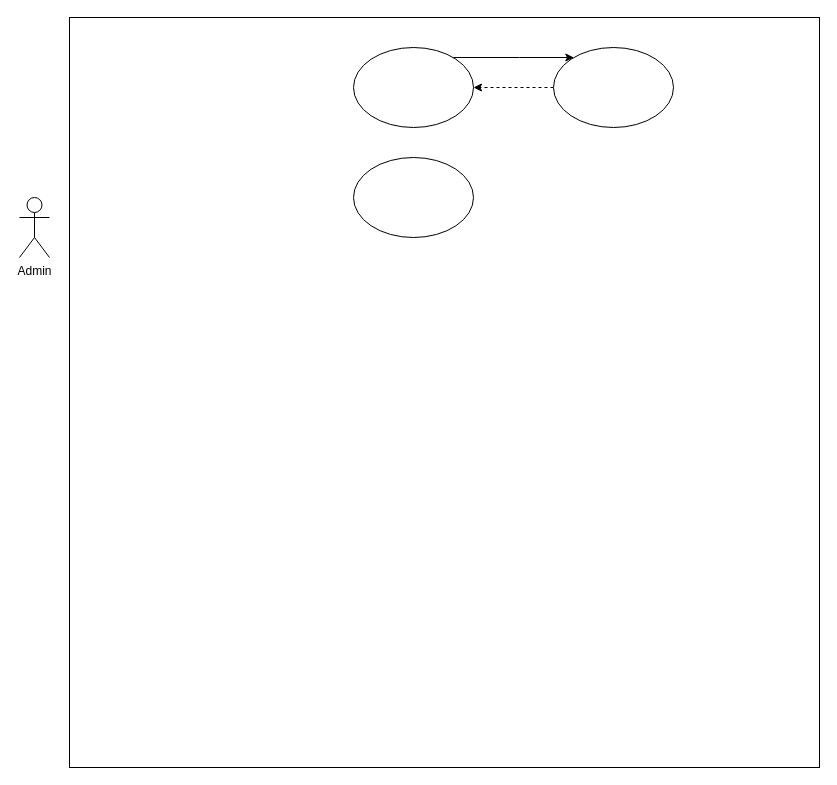
Above: Conceptions/UML/UseCase.drawio in JAMALEEY/Application-de-gestion-d-cole-BETA (draw.io), before the change. Source tidied: cells renumbered, new cells numbered last; positions are measured from the earlier drawing's top-left corner, leaving out a move shared by most shapes. Both pictures are drawn from the tidied source at 100%, with x=0, y=0 at pixel (19, 17).
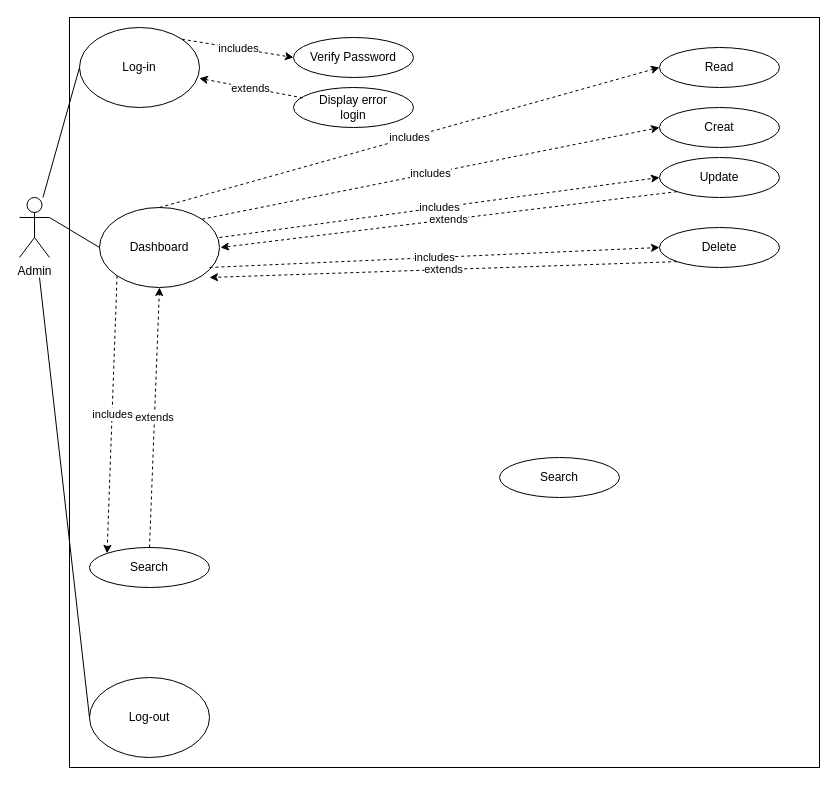
After the change.

Commit message:
UseCase UML

Unchanged cells that the change refers to:
```xml
<mxCell id="2" value="Admin" style="shape=umlActor;verticalLabelPosition=bottom;verticalAlign=top;html=1;outlineConnect=0;" parent="1" vertex="1">
  <mxGeometry y="180" width="30" height="60" as="geometry" />
</mxCell>
```

Diff of the diagram source:
```diff
@@
-    <mxCell id="4" style="ellipse;whiteSpace=wrap;html=1;" parent="1" vertex="1">
-      <mxGeometry x="334" y="140" width="120" height="80" as="geometry" />
-    </mxCell>
+    <mxCell id="6" value="Log-in" style="ellipse;whiteSpace=wrap;html=1;" parent="1" vertex="1">
+      <mxGeometry x="60" y="10" width="120" height="80" as="geometry" />
+    </mxCell>
+    <mxCell id="8" value="Verify Password" style="ellipse;whiteSpace=wrap;html=1;" parent="1" vertex="1">
+      <mxGeometry x="274" y="20" width="120" height="40" as="geometry" />
+    </mxCell>
+    <mxCell id="9" value="Display error&lt;br&gt;login" style="ellipse;whiteSpace=wrap;html=1;" parent="1" vertex="1">
+      <mxGeometry x="274" y="70" width="120" height="40" as="geometry" />
+    </mxCell>
+    <mxCell id="10" value="extends" style="endArrow=classic;html=1;dashed=1;" parent="1" edge="1">
+      <mxGeometry relative="1" as="geometry">
+        <mxPoint x="283.3" y="80.4" as="sourcePoint" />
+        <mxPoint x="179.8" y="60.8" as="targetPoint" />
+      </mxGeometry>
+    </mxCell>
+    <mxCell id="11" style="endArrow=none;html=1;entryX=0;entryY=0.5;entryDx=0;entryDy=0;" parent="1" edge="1" source="2" target="6">
+      <mxGeometry relative="1" as="geometry" />
+    </mxCell>
+    <mxCell id="12" value="Dashboard" style="ellipse;whiteSpace=wrap;html=1;" parent="1" vertex="1">
+      <mxGeometry x="80" y="190" width="120" height="80" as="geometry" />
+    </mxCell>
+    <mxCell id="13" style="endArrow=none;html=1;entryX=0;entryY=0.5;entryDx=0;entryDy=0;exitX=1;exitY=0.3333333333333333;exitDx=0;exitDy=0;exitPerimeter=0;" parent="1" edge="1" source="2" target="12">
+      <mxGeometry relative="1" as="geometry" />
+    </mxCell>
-    <mxCell id="5" style="edgeStyle=orthogonalEdgeStyle;rounded=0;jettySize=auto;html=1;" parent="1" edge="1" source="6" target="8">
-      <mxGeometry relative="1" as="geometry">
-        <Array as="points">
-          <mxPoint x="500" y="40" />
-          <mxPoint x="500" y="40" />
-        </Array>
-      </mxGeometry>
+    <mxCell id="5" value="includes" style="endArrow=classic;html=1;dashed=1;entryX=0;entryY=0.5;entryDx=0;entryDy=0;exitX=1;exitY=0;exitDx=0;exitDy=0;" parent="1" edge="1" source="6" target="8">
+      <mxGeometry relative="1" as="geometry" />
     </mxCell>
-    <mxCell id="6" style="ellipse;whiteSpace=wrap;html=1;" parent="1" vertex="1">
-      <mxGeometry x="334" y="30" width="120" height="80" as="geometry" />
-    </mxCell>
-    <mxCell id="7" style="edgeStyle=orthogonalEdgeStyle;rounded=0;jettySize=auto;html=1;dashed=1;" parent="1" edge="1" source="8" target="6">
-      <mxGeometry relative="1" as="geometry" />
-    </mxCell>
-    <mxCell id="8" style="ellipse;whiteSpace=wrap;html=1;" parent="1" vertex="1">
-      <mxGeometry x="534" y="30" width="120" height="80" as="geometry" />
-    </mxCell>
+    <mxCell id="14" value="Delete" style="ellipse;whiteSpace=wrap;html=1;" parent="1" vertex="1">
+      <mxGeometry x="640" y="210" width="120" height="40" as="geometry" />
+    </mxCell>
+    <mxCell id="15" value="Log-out" style="ellipse;whiteSpace=wrap;html=1;" parent="1" vertex="1">
+      <mxGeometry x="70" y="660" width="120" height="80" as="geometry" />
+    </mxCell>
+    <mxCell id="16" style="endArrow=none;html=1;entryX=0;entryY=0.5;entryDx=0;entryDy=0;" parent="1" edge="1" target="15">
+      <mxGeometry relative="1" as="geometry">
+        <mxPoint x="20" y="260" as="sourcePoint" />
+      </mxGeometry>
+    </mxCell>
+    <mxCell id="17" value="includes" style="endArrow=classic;html=1;exitX=0.5;exitY=0;exitDx=0;exitDy=0;dashed=1;entryX=0;entryY=0.5;entryDx=0;entryDy=0;" parent="1" edge="1" source="12" target="18">
+      <mxGeometry relative="1" as="geometry" />
+    </mxCell>
+    <mxCell id="18" value="Read" style="ellipse;whiteSpace=wrap;html=1;" parent="1" vertex="1">
+      <mxGeometry x="640" y="30" width="120" height="40" as="geometry" />
+    </mxCell>
+    <mxCell id="19" value="includes" style="endArrow=classic;html=1;dashed=1;entryX=0;entryY=0.5;entryDx=0;entryDy=0;" parent="1" edge="1" target="14">
+      <mxGeometry relative="1" as="geometry">
+        <mxPoint x="190" y="250" as="sourcePoint" />
+      </mxGeometry>
+    </mxCell>
+    <mxCell id="20" value="Creat" style="ellipse;whiteSpace=wrap;html=1;" parent="1" vertex="1">
+      <mxGeometry x="640" y="90" width="120" height="40" as="geometry" />
+    </mxCell>
+    <mxCell id="21" value="includes" style="endArrow=classic;html=1;dashed=1;entryX=0;entryY=0.5;entryDx=0;entryDy=0;exitX=1;exitY=0;exitDx=0;exitDy=0;" parent="1" edge="1" source="12" target="20">
+      <mxGeometry relative="1" as="geometry" />
+    </mxCell>
+    <mxCell id="22" value="extends" style="endArrow=classic;html=1;dashed=1;exitX=0;exitY=1;exitDx=0;exitDy=0;" parent="1" edge="1" source="14">
+      <mxGeometry relative="1" as="geometry">
+        <mxPoint x="190" y="260" as="targetPoint" />
+      </mxGeometry>
+    </mxCell>
+    <mxCell id="23" value="Update" style="ellipse;whiteSpace=wrap;html=1;" parent="1" vertex="1">
+      <mxGeometry x="640" y="140" width="120" height="40" as="geometry" />
+    </mxCell>
+    <mxCell id="24" value="includes" style="endArrow=classic;html=1;dashed=1;" parent="1" edge="1">
+      <mxGeometry relative="1" as="geometry">
+        <mxPoint x="200" y="220" as="sourcePoint" />
+        <mxPoint x="640" y="160" as="targetPoint" />
+      </mxGeometry>
+    </mxCell>
+    <mxCell id="25" value="extends" style="endArrow=classic;html=1;dashed=1;exitX=0;exitY=1;exitDx=0;exitDy=0;" parent="1" edge="1" source="23">
+      <mxGeometry relative="1" as="geometry">
+        <mxPoint x="201" y="230" as="targetPoint" />
+      </mxGeometry>
+    </mxCell>
+    <mxCell id="26" value="Search" style="ellipse;whiteSpace=wrap;html=1;" parent="1" vertex="1">
+      <mxGeometry x="70" y="530" width="120" height="40" as="geometry" />
+    </mxCell>
+    <mxCell id="27" value="includes" style="endArrow=classic;html=1;dashed=1;entryX=0;entryY=0;entryDx=0;entryDy=0;exitX=0;exitY=1;exitDx=0;exitDy=0;" parent="1" edge="1" source="12" target="26">
+      <mxGeometry relative="1" as="geometry" />
+    </mxCell>
+    <mxCell id="28" value="extends" style="endArrow=classic;html=1;dashed=1;entryX=0.5;entryY=1;entryDx=0;entryDy=0;exitX=0.5;exitY=0;exitDx=0;exitDy=0;" parent="1" edge="1" source="26" target="12">
+      <mxGeometry relative="1" as="geometry" />
+    </mxCell>
+    <mxCell id="29" value="Search" style="ellipse;whiteSpace=wrap;html=1;" parent="1" vertex="1">
+      <mxGeometry x="480" y="440" width="120" height="40" as="geometry" />
+    </mxCell>
```
